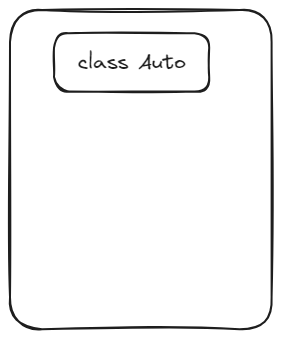
Earlier version of the Excalidraw export assets/catboost.excalidraw.png (NMashalov/ManagedAutoModel). Source tidied: one line per element, renumbered; positions are measured from the earlier drawing's top-left corner, leaving out a move shared by most shapes. Its diagram source:
```json
{"id": 0, "type": "rectangle", "strokeColor": "#1e1e1e", "strokeWidth": 2, "roughness": 1, "round": true, "x": 0, "y": 0, "width": 262, "height": 319}
{"id": 1, "type": "rectangle", "strokeColor": "#1e1e1e", "strokeWidth": 2, "roughness": 1, "round": true, "x": 44, "y": 23, "width": 155, "height": 58}
{"id": 2, "type": "text", "text": "class Auto", "strokeColor": "#1e1e1e", "strokeWidth": 2, "roughness": 1, "fontSize": 20, "fontFamily": 1, "textAlign": "center", "verticalAlign": "middle", "inside": 1, "x": 68, "y": 40, "width": 107, "height": 25}
```
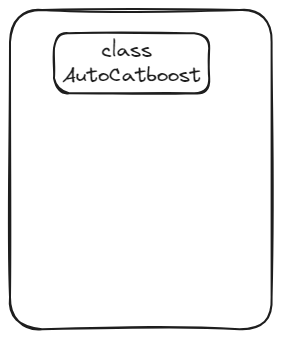
After the change.

Change to the diagram source:
```diff
@@ -1,3 +1,3 @@
 {"id": 0, "type": "rectangle", "strokeColor": "#1e1e1e", "strokeWidth": 2, "roughness": 1, "round": true, "x": 0, "y": 0, "width": 262, "height": 319}
-{"id": 1, "type": "rectangle", "strokeColor": "#1e1e1e", "strokeWidth": 2, "roughness": 1, "round": true, "x": 44, "y": 23, "width": 155, "height": 58}
+{"id": 1, "type": "rectangle", "strokeColor": "#1e1e1e", "strokeWidth": 2, "roughness": 1, "round": true, "x": 44, "y": 23, "width": 155, "height": 60}
-{"id": 2, "type": "text", "text": "class Auto", "strokeColor": "#1e1e1e", "strokeWidth": 2, "roughness": 1, "fontSize": 20, "fontFamily": 1, "textAlign": "center", "verticalAlign": "middle", "inside": 1, "x": 68, "y": 40, "width": 107, "height": 25}
+{"id": 2, "type": "text", "text": "class \nAutoCatboost", "strokeColor": "#1e1e1e", "strokeWidth": 2, "roughness": 1, "fontSize": 20, "fontFamily": 1, "textAlign": "center", "verticalAlign": "middle", "inside": 1, "x": 52, "y": 28, "width": 139, "height": 50}
```
